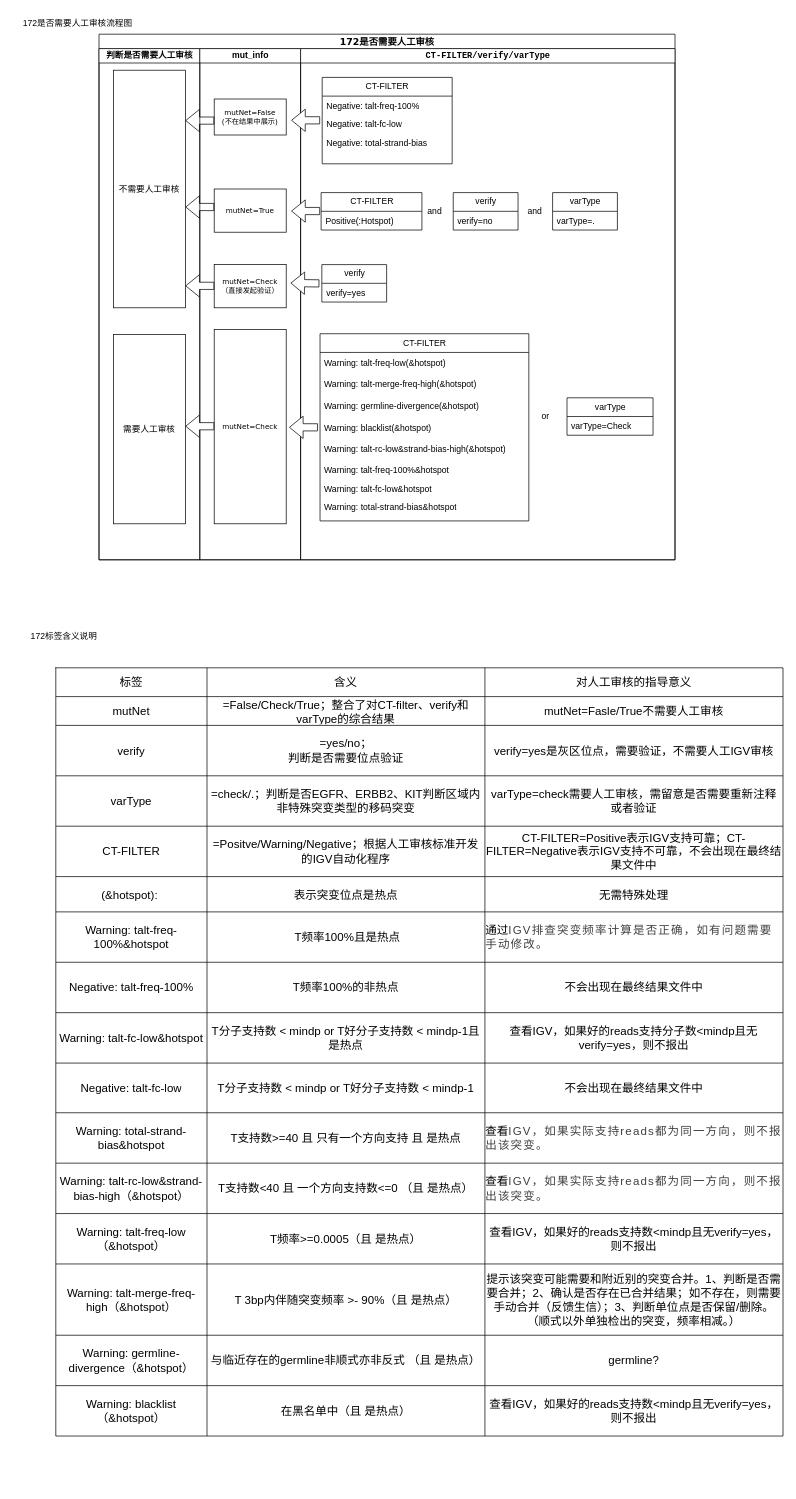
Before: 172-0307 的副本.drawio in dingtian-genetronhealth/diagrams-genetron, a draw.io diagram. Source tidied: cells renumbered, new cells numbered last; positions are measured from the earlier drawing's top-left corner, leaving out a move shared by most shapes. Both pictures are drawn from the tidied source at 72%, with x=0, y=0 at pixel (12, 12).
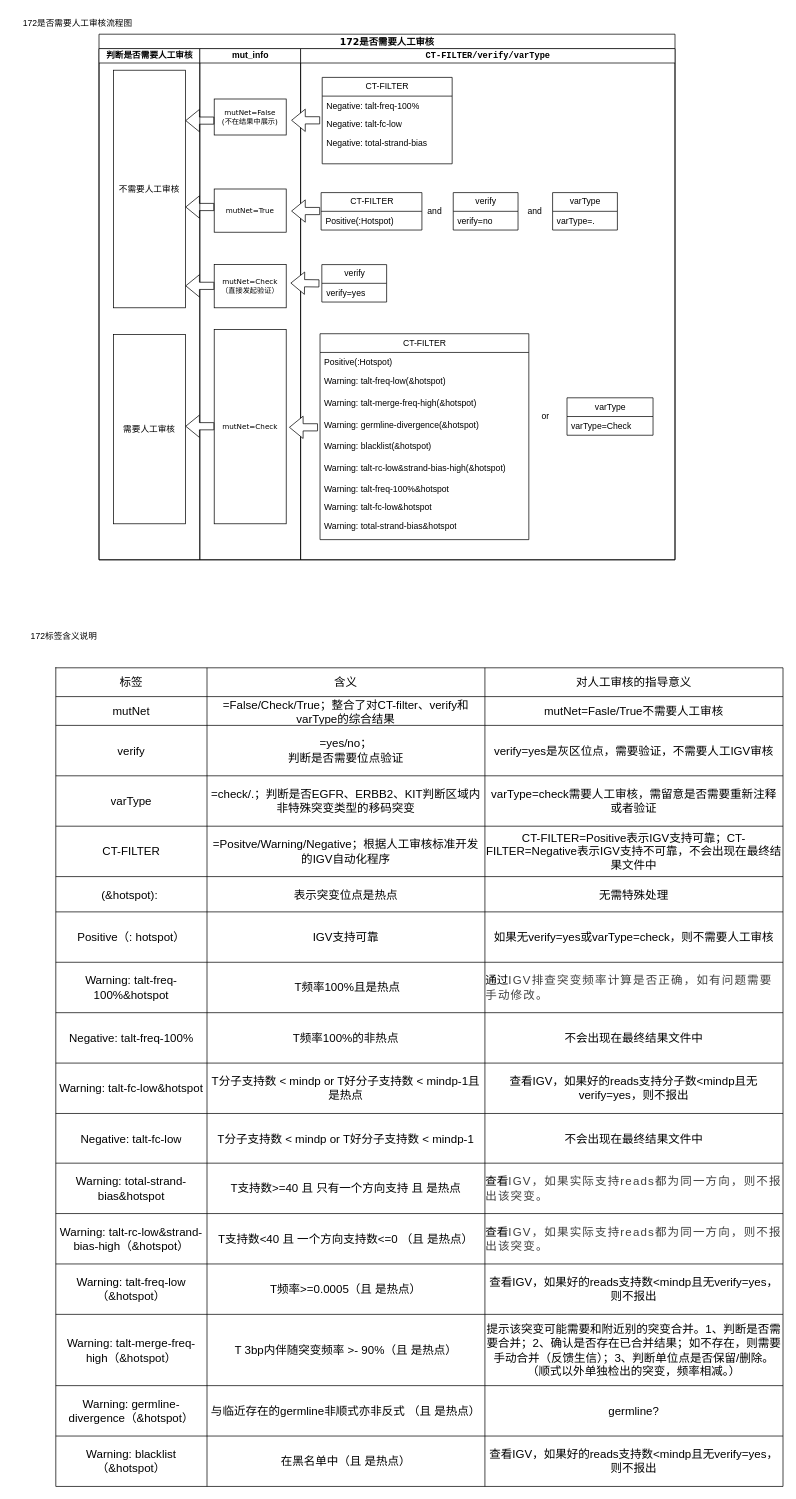
The same diagram, later.

Commit message:
更新172-0307 的副本.drawio

The change refers to these unchanged cells:
```xml
<mxCell id="15" value="&lt;code&gt;&lt;b&gt;CT-FILTER/verify/varType&lt;/b&gt;&lt;/code&gt;" style="swimlane;html=1;startSize=20;fontStyle=0;shadow=0;" parent="2" vertex="1">
  <mxGeometry x="280" y="20" width="520" height="710" as="geometry" />
</mxCell>
```

Change to the diagram source:
```diff
@@
     <mxCell id="28" value="CT-FILTER" style="swimlane;fontStyle=0;horizontal=1;startSize=26;fillColor=none;html=1;" parent="15" vertex="1">
-      <mxGeometry x="27" y="396" width="290" height="260" as="geometry" />
+      <mxGeometry x="27" y="396" width="290" height="286" as="geometry" />
     </mxCell>
+    <mxCell id="114" value="Positive(:Hotspot)" style="text;strokeColor=none;fillColor=none;align=left;verticalAlign=top;spacingLeft=4;spacingRight=4;overflow=hidden;whiteSpace=wrap;html=1;" parent="28" vertex="1">
+      <mxGeometry y="26" width="290" height="26" as="geometry" />
+    </mxCell>
     <mxCell id="29" value="Warning:&amp;nbsp;talt-freq-low(&amp;amp;hotspot)" style="text;fillColor=none;align=left;verticalAlign=middle;spacingLeft=4;spacingRight=4;overflow=hidden;whiteSpace=wrap;html=1;" parent="28" vertex="1">
-      <mxGeometry y="26" width="290" height="30" as="geometry" />
+      <mxGeometry y="52" width="290" height="30" as="geometry" />
     </mxCell>
     <mxCell id="30" value="Warning:&amp;nbsp;talt-merge-freq-high(&amp;amp;hotspot)" style="text;strokeColor=none;fillColor=none;align=left;verticalAlign=middle;spacingLeft=4;spacingRight=4;overflow=hidden;whiteSpace=wrap;html=1;" parent="28" vertex="1">
-      <mxGeometry y="56" width="290" height="30" as="geometry" />
+      <mxGeometry y="82" width="290" height="30" as="geometry" />
     </mxCell>
     <mxCell id="31" value="Warning:&amp;nbsp;germline-divergence(&amp;amp;hotspot)" style="text;strokeColor=none;fillColor=none;align=left;verticalAlign=middle;spacingLeft=4;spacingRight=4;overflow=hidden;whiteSpace=wrap;html=1;" parent="28" vertex="1">
-      <mxGeometry y="86" width="290" height="30" as="geometry" />
+      <mxGeometry y="112" width="290" height="30" as="geometry" />
     </mxCell>
     <mxCell id="32" value="Warning:&amp;nbsp;blacklist(&amp;amp;hotspot)" style="text;strokeColor=none;fillColor=none;align=left;verticalAlign=middle;spacingLeft=4;spacingRight=4;overflow=hidden;whiteSpace=wrap;html=1;" parent="28" vertex="1">
-      <mxGeometry y="116" width="290" height="30" as="geometry" />
+      <mxGeometry y="142" width="290" height="30" as="geometry" />
     </mxCell>
     <mxCell id="33" value="Warning:&amp;nbsp;talt-rc-low&amp;amp;strand-bias-high(&amp;amp;hotspot)" style="text;strokeColor=none;fillColor=none;align=left;verticalAlign=middle;spacingLeft=4;spacingRight=4;overflow=hidden;whiteSpace=wrap;html=1;" parent="28" vertex="1">
-      <mxGeometry y="146" width="290" height="30" as="geometry" />
+      <mxGeometry y="172" width="290" height="30" as="geometry" />
     </mxCell>
     <mxCell id="34" style="group;strokeColor=none;" parent="28" vertex="1">
-      <mxGeometry y="176" width="290" height="84" as="geometry" />
+      <mxGeometry y="202" width="290" height="84" as="geometry" />
     </mxCell>
@@
     <mxCell id="49" style="shape=table;startSize=0;childLayout=tableLayout;fontSize=16;" parent="1" vertex="1">
-      <mxGeometry x="60" y="910" width="1010" height="1067" as="geometry" />
+      <mxGeometry x="60" y="910" width="1010" height="1137" as="geometry" />
     </mxCell>
@@
+    <mxCell id="115" style="shape=tableRow;horizontal=0;startSize=0;swimlaneHead=0;swimlaneBody=0;strokeColor=inherit;top=0;left=0;bottom=0;right=0;fillColor=none;fontSize=16;" parent="49" vertex="1">
+      <mxGeometry y="339" width="1010" height="70" as="geometry" />
+    </mxCell>
+    <mxCell id="116" value="Positive（: hotspot）" style="shape=partialRectangle;html=1;whiteSpace=wrap;strokeColor=inherit;overflow=hidden;fillColor=none;top=0;left=0;bottom=0;right=0;fontSize=16;" parent="115" vertex="1">
+      <mxGeometry width="210" height="70" as="geometry" />
+    </mxCell>
+    <mxCell id="117" value="IGV支持可靠" style="shape=partialRectangle;html=1;whiteSpace=wrap;strokeColor=inherit;overflow=hidden;fillColor=none;top=0;left=0;bottom=0;right=0;fontSize=16;" parent="115" vertex="1">
+      <mxGeometry x="210" width="386" height="70" as="geometry" />
+    </mxCell>
+    <mxCell id="118" value="&lt;p style=&quot;line-height: 120%; margin-top: 0pt; margin-bottom: 0pt; margin-left: 0in; text-indent: 0in; text-align: left; direction: ltr; unicode-bidi: embed; word-break: normal;&quot;&gt;&lt;/p&gt;如果无verify=yes或varType=check，则不需要人工审核" style="shape=partialRectangle;html=1;whiteSpace=wrap;strokeColor=inherit;overflow=hidden;fillColor=none;top=0;left=0;bottom=0;right=0;fontSize=16;" parent="115" vertex="1">
+      <mxGeometry x="596" width="414" height="70" as="geometry" />
+    </mxCell>
     <mxCell id="74" style="shape=tableRow;horizontal=0;startSize=0;swimlaneHead=0;swimlaneBody=0;strokeColor=inherit;top=0;left=0;bottom=0;right=0;fillColor=none;fontSize=16;" parent="49" vertex="1">
-      <mxGeometry y="339" width="1010" height="70" as="geometry" />
+      <mxGeometry y="409" width="1010" height="70" as="geometry" />
     </mxCell>
@@
     <mxCell id="78" style="shape=tableRow;horizontal=0;startSize=0;swimlaneHead=0;swimlaneBody=0;strokeColor=inherit;top=0;left=0;bottom=0;right=0;fillColor=none;fontSize=16;" parent="49" vertex="1">
-      <mxGeometry y="409" width="1010" height="70" as="geometry" />
+      <mxGeometry y="479" width="1010" height="70" as="geometry" />
     </mxCell>
@@
     <mxCell id="82" style="shape=tableRow;horizontal=0;startSize=0;swimlaneHead=0;swimlaneBody=0;strokeColor=inherit;top=0;left=0;bottom=0;right=0;fillColor=none;fontSize=16;" parent="49" vertex="1">
-      <mxGeometry y="479" width="1010" height="70" as="geometry" />
+      <mxGeometry y="549" width="1010" height="70" as="geometry" />
     </mxCell>
@@
     <mxCell id="86" style="shape=tableRow;horizontal=0;startSize=0;swimlaneHead=0;swimlaneBody=0;strokeColor=inherit;top=0;left=0;bottom=0;right=0;fillColor=none;fontSize=16;" parent="49" vertex="1">
-      <mxGeometry y="549" width="1010" height="69" as="geometry" />
+      <mxGeometry y="619" width="1010" height="69" as="geometry" />
     </mxCell>
@@
     <mxCell id="90" style="shape=tableRow;horizontal=0;startSize=0;swimlaneHead=0;swimlaneBody=0;strokeColor=inherit;top=0;left=0;bottom=0;right=0;fillColor=none;fontSize=16;" parent="49" vertex="1">
-      <mxGeometry y="618" width="1010" height="70" as="geometry" />
+      <mxGeometry y="688" width="1010" height="70" as="geometry" />
     </mxCell>
@@
     <mxCell id="94" style="shape=tableRow;horizontal=0;startSize=0;swimlaneHead=0;swimlaneBody=0;strokeColor=inherit;top=0;left=0;bottom=0;right=0;fillColor=none;fontSize=16;" parent="49" vertex="1">
-      <mxGeometry y="688" width="1010" height="70" as="geometry" />
+      <mxGeometry y="758" width="1010" height="70" as="geometry" />
     </mxCell>
@@
     <mxCell id="98" style="shape=tableRow;horizontal=0;startSize=0;swimlaneHead=0;swimlaneBody=0;strokeColor=inherit;top=0;left=0;bottom=0;right=0;fillColor=none;fontSize=16;" parent="49" vertex="1">
-      <mxGeometry y="758" width="1010" height="70" as="geometry" />
+      <mxGeometry y="828" width="1010" height="70" as="geometry" />
     </mxCell>
@@
     <mxCell id="102" style="shape=tableRow;horizontal=0;startSize=0;swimlaneHead=0;swimlaneBody=0;strokeColor=inherit;top=0;left=0;bottom=0;right=0;fillColor=none;fontSize=16;" parent="49" vertex="1">
-      <mxGeometry y="828" width="1010" height="99" as="geometry" />
+      <mxGeometry y="898" width="1010" height="99" as="geometry" />
     </mxCell>
@@
     <mxCell id="106" style="shape=tableRow;horizontal=0;startSize=0;swimlaneHead=0;swimlaneBody=0;strokeColor=inherit;top=0;left=0;bottom=0;right=0;fillColor=none;fontSize=16;" parent="49" vertex="1">
-      <mxGeometry y="927" width="1010" height="70" as="geometry" />
+      <mxGeometry y="997" width="1010" height="70" as="geometry" />
     </mxCell>
@@
     <mxCell id="110" style="shape=tableRow;horizontal=0;startSize=0;swimlaneHead=0;swimlaneBody=0;strokeColor=inherit;top=0;left=0;bottom=0;right=0;fillColor=none;fontSize=16;" parent="49" vertex="1">
-      <mxGeometry y="997" width="1010" height="70" as="geometry" />
+      <mxGeometry y="1067" width="1010" height="70" as="geometry" />
     </mxCell>
```
